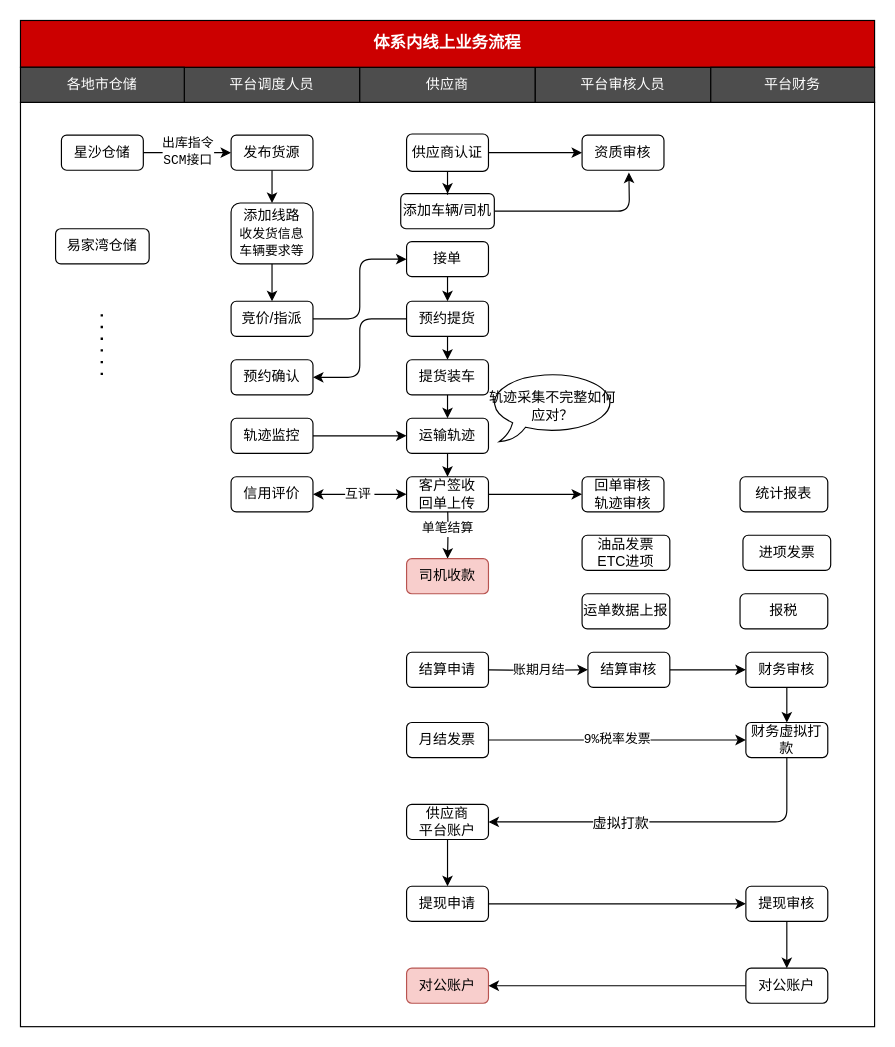
Above: 体系内线上流程.drawio in chenyibang/rdpwrap (draw.io), before the change. Source tidied: cells renumbered, new cells numbered last; positions are measured from the earlier drawing's top-left corner, leaving out a move shared by most shapes. Both pictures are drawn from the tidied source at 117%, with x=0, y=0 at pixel (20, 20).
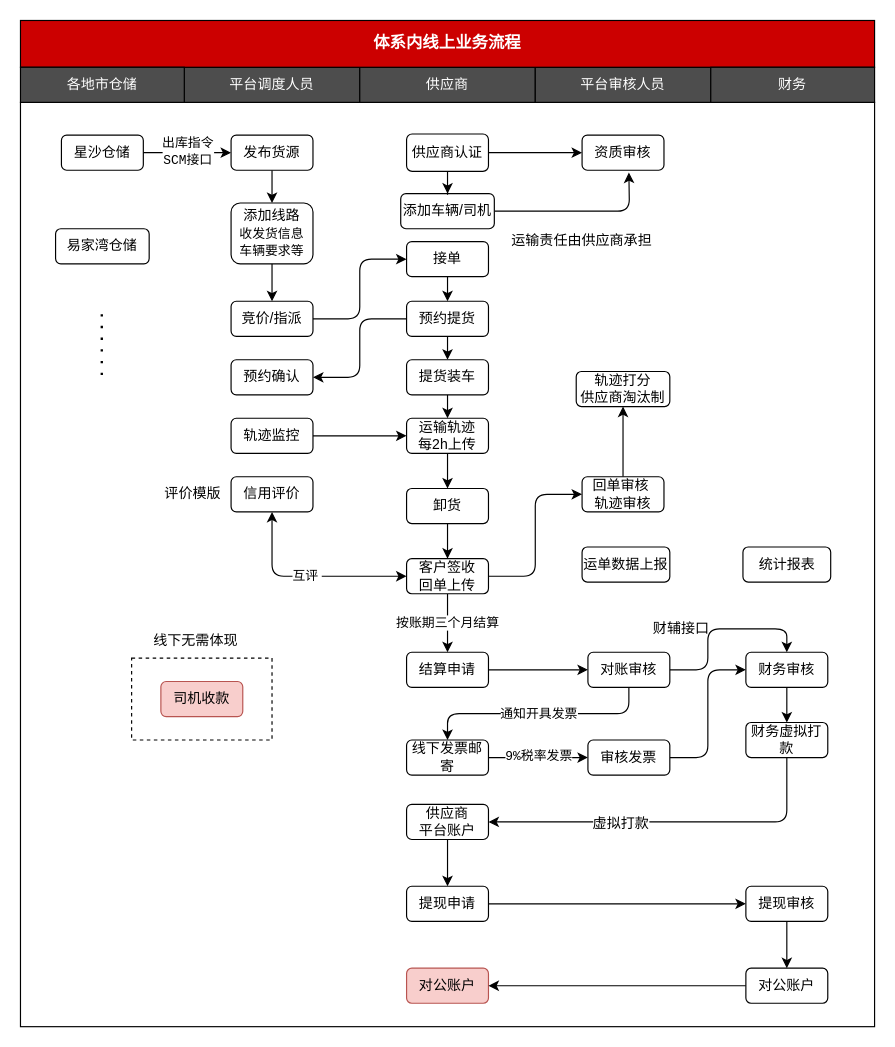
After the change.

Commit message:
更新体系内线上流程.drawio

Unchanged cells that the change refers to:
```xml
<mxCell id="24" value="信用评价" style="rounded=1;whiteSpace=wrap;html=1;" parent="1" vertex="1">
  <mxGeometry x="180" y="390" width="70" height="30" as="geometry" />
</mxCell>
<mxCell id="30" value="财务审核" style="rounded=1;whiteSpace=wrap;html=1;" parent="1" vertex="1">
  <mxGeometry x="620" y="540" width="70" height="30" as="geometry" />
</mxCell>
<mxCell id="40" value="财务虚拟打款" style="rounded=1;whiteSpace=wrap;html=1;" parent="1" vertex="1">
  <mxGeometry x="620" y="600" width="70" height="30" as="geometry" />
</mxCell>
<mxCell id="55" value="结算申请" style="rounded=1;whiteSpace=wrap;html=1;" parent="1" vertex="1">
  <mxGeometry x="330" y="540" width="70" height="30" as="geometry" />
</mxCell>
```

Change to the diagram source:
```diff
@@
-    <mxCell id="14" value="账期月结" style="edgeStyle=orthogonalEdgeStyle;rounded=1;jettySize=auto;html=1;strokeWidth=1;fontFamily=Courier New;fontColor=#000000;align=center;" parent="1" edge="1" target="26">
-      <mxGeometry relative="1" as="geometry">
-        <mxPoint x="400" y="555" as="sourcePoint" />
-      </mxGeometry>
-    </mxCell>
-    <mxCell id="15" value="单笔结算" style="edgeStyle=orthogonalEdgeStyle;rounded=1;jettySize=auto;html=1;strokeWidth=1;fontFamily=Courier New;fontColor=#000000;align=center;" parent="1" edge="1" target="16">
-      <mxGeometry relative="1" as="geometry">
-        <mxPoint x="365" y="410" as="sourcePoint" />
-      </mxGeometry>
-    </mxCell>
     <mxCell id="16" value="司机收款" style="rounded=1;whiteSpace=wrap;html=1;fillColor=#f8cecc;strokeColor=#b85450;" parent="1" vertex="1">
-      <mxGeometry x="330" y="460" width="70" height="30" as="geometry" />
+      <mxGeometry x="120" y="565" width="70" height="30" as="geometry" />
     </mxCell>
-    <mxCell id="17" value="平台财务" style="rounded=0;whiteSpace=wrap;html=1;fillColor=#4D4D4D;fontColor=#FFFFFF;" parent="1" vertex="1">
+    <mxCell id="17" value="财务" style="rounded=0;whiteSpace=wrap;html=1;fillColor=#4D4D4D;fontColor=#FFFFFF;" parent="1" vertex="1">
       <mxGeometry x="590" y="40" width="140" height="30" as="geometry" />
     </mxCell>
@@
-    <mxCell id="21" style="edgeStyle=orthogonalEdgeStyle;rounded=1;jettySize=auto;html=1;entryX=0;entryY=0.5;entryDx=0;entryDy=0;" parent="1" edge="1" source="23" target="54">
+    <mxCell id="21" style="edgeStyle=orthogonalEdgeStyle;rounded=1;jettySize=auto;html=1;entryX=0;entryY=0.5;entryDx=0;entryDy=0;" parent="1" edge="1" source="79" target="54">
       <mxGeometry relative="1" as="geometry" />
     </mxCell>
-    <mxCell id="22" value="互评&amp;nbsp;" style="edgeStyle=orthogonalEdgeStyle;rounded=1;jettySize=auto;html=1;startArrow=classic;startFill=1;" parent="1" edge="1" source="23" target="24">
+    <mxCell id="22" value="互评&amp;nbsp;" style="edgeStyle=orthogonalEdgeStyle;rounded=1;jettySize=auto;html=1;startArrow=classic;startFill=1;exitX=0;exitY=0.5;exitDx=0;exitDy=0;" parent="1" edge="1" source="79" target="24">
       <mxGeometry relative="1" as="geometry" />
     </mxCell>
+    <mxCell id="70" style="edgeStyle=orthogonalEdgeStyle;rounded=0;jettySize=auto;html=1;" parent="1" edge="1" source="23" target="79">
+      <mxGeometry relative="1" as="geometry" />
+    </mxCell>
-    <mxCell id="23" value="客户签收&lt;br&gt;回单上传" style="rounded=1;whiteSpace=wrap;html=1;" parent="1" vertex="1">
-      <mxGeometry x="330" y="390" width="70" height="30" as="geometry" />
+    <mxCell id="23" value="卸货" style="rounded=1;whiteSpace=wrap;html=1;" parent="1" vertex="1">
+      <mxGeometry x="330" y="400" width="70" height="30" as="geometry" />
     </mxCell>
@@
-    <mxCell id="25" style="edgeStyle=orthogonalEdgeStyle;rounded=1;jettySize=auto;html=1;entryX=0;entryY=0.5;entryDx=0;entryDy=0;strokeWidth=1;fontFamily=Courier New;fontColor=#000000;align=center;" parent="1" edge="1" source="26" target="30">
+    <mxCell id="25" style="edgeStyle=orthogonalEdgeStyle;rounded=1;jettySize=auto;html=1;entryX=0;entryY=0.5;entryDx=0;entryDy=0;strokeWidth=1;fontFamily=Courier New;fontColor=#000000;align=center;exitX=1;exitY=0.5;exitDx=0;exitDy=0;" parent="1" edge="1" source="83" target="30">
       <mxGeometry relative="1" as="geometry" />
     </mxCell>
+    <mxCell id="71" style="edgeStyle=orthogonalEdgeStyle;rounded=1;jettySize=auto;html=1;entryX=0.5;entryY=0;entryDx=0;entryDy=0;" parent="1" edge="1" source="26" target="30">
+      <mxGeometry relative="1" as="geometry" />
+    </mxCell>
-    <mxCell id="26" value="结算审核" style="rounded=1;whiteSpace=wrap;html=1;" parent="1" vertex="1">
+    <mxCell id="26" value="对账审核" style="rounded=1;whiteSpace=wrap;html=1;" parent="1" vertex="1">
       <mxGeometry x="485" y="540" width="70" height="30" as="geometry" />
     </mxCell>
@@
-    <mxCell id="36" value="9%税率发票" style="edgeStyle=orthogonalEdgeStyle;rounded=1;jettySize=auto;html=1;strokeWidth=1;fontFamily=Courier New;fontColor=#000000;align=center;" parent="1" edge="1" source="37" target="40">
+    <mxCell id="36" value="9%税率发票" style="edgeStyle=orthogonalEdgeStyle;rounded=1;jettySize=auto;html=1;strokeWidth=1;fontFamily=Courier New;fontColor=#000000;align=center;entryX=0;entryY=0.5;entryDx=0;entryDy=0;" parent="1" edge="1" source="37" target="83">
       <mxGeometry relative="1" as="geometry" />
     </mxCell>
-    <mxCell id="37" value="月结发票" style="rounded=1;whiteSpace=wrap;html=1;" parent="1" vertex="1">
-      <mxGeometry x="330" y="600" width="70" height="30" as="geometry" />
+    <mxCell id="37" value="线下发票邮寄" style="rounded=1;whiteSpace=wrap;html=1;" parent="1" vertex="1">
+      <mxGeometry x="330" y="615" width="70" height="30" as="geometry" />
     </mxCell>
@@
-    <mxCell id="41" value="油品发票&lt;br&gt;ETC进项" style="rounded=1;whiteSpace=wrap;html=1;" parent="1" vertex="1">
-      <mxGeometry x="480" y="440" width="75" height="30" as="geometry" />
-    </mxCell>
@@
+    <mxCell id="72" style="edgeStyle=orthogonalEdgeStyle;rounded=0;jettySize=auto;html=1;" parent="1" edge="1" source="54" target="73">
+      <mxGeometry relative="1" as="geometry" />
+    </mxCell>
-    <mxCell id="54" value="回单审核&lt;br&gt;轨迹审核" style="rounded=1;whiteSpace=wrap;html=1;" parent="1" vertex="1">
+    <mxCell id="54" value="回单审核&amp;nbsp;&lt;br&gt;轨迹审核" style="rounded=1;whiteSpace=wrap;html=1;" parent="1" vertex="1">
       <mxGeometry x="480" y="390" width="70" height="30" as="geometry" />
     </mxCell>
+    <mxCell id="73" value="轨迹打分&lt;br&gt;供应商淘汰制" style="rounded=1;whiteSpace=wrap;html=1;" parent="1" vertex="1">
+      <mxGeometry x="475" y="300" width="80" height="30" as="geometry" />
+    </mxCell>
+    <mxCell id="74" value="通知开具发票" style="edgeStyle=orthogonalEdgeStyle;rounded=1;jettySize=auto;html=1;entryX=0.5;entryY=0;entryDx=0;entryDy=0;exitX=0.5;exitY=1;exitDx=0;exitDy=0;" parent="1" edge="1" source="26" target="37">
+      <mxGeometry relative="1" as="geometry" />
+    </mxCell>
+    <mxCell id="75" style="edgeStyle=orthogonalEdgeStyle;rounded=0;jettySize=auto;html=1;entryX=0;entryY=0.5;entryDx=0;entryDy=0;" parent="1" edge="1" source="55" target="26">
+      <mxGeometry relative="1" as="geometry" />
+    </mxCell>
@@
     <mxCell id="58" value="运单数据上报" style="rounded=1;whiteSpace=wrap;html=1;" parent="1" vertex="1">
-      <mxGeometry x="480" y="490" width="75" height="30" as="geometry" />
+      <mxGeometry x="480" y="450" width="75" height="30" as="geometry" />
     </mxCell>
-    <mxCell id="59" value="进项发票" style="rounded=1;whiteSpace=wrap;html=1;" parent="1" vertex="1">
-      <mxGeometry x="617.5" y="440" width="75" height="30" as="geometry" />
-    </mxCell>
-    <mxCell id="60" value="报税" style="rounded=1;whiteSpace=wrap;html=1;" parent="1" vertex="1">
-      <mxGeometry x="615" y="490" width="75" height="30" as="geometry" />
-    </mxCell>
     <mxCell id="61" value="统计报表" style="rounded=1;whiteSpace=wrap;html=1;" parent="1" vertex="1">
-      <mxGeometry x="615" y="390" width="75" height="30" as="geometry" />
+      <mxGeometry x="617.5" y="450" width="75" height="30" as="geometry" />
     </mxCell>
@@
-    <mxCell id="63" value="运输轨迹" style="rounded=1;whiteSpace=wrap;html=1;" parent="1" vertex="1">
+    <mxCell id="63" value="运输轨迹&lt;br&gt;每2h上传" style="rounded=1;whiteSpace=wrap;html=1;" parent="1" vertex="1">
       <mxGeometry x="330" y="340" width="70" height="30" as="geometry" />
     </mxCell>
@@
-    <mxCell id="69" value="&lt;span style=&quot;white-space: normal&quot;&gt;轨迹采集不完整如何应对？&lt;/span&gt;" style="whiteSpace=wrap;html=1;shape=mxgraph.basic.oval_callout;fillColor=none;" parent="1" vertex="1">
-      <mxGeometry x="400" y="300" width="110" height="60" as="geometry" />
-    </mxCell>
+    <mxCell id="76" style="rounded=0;whiteSpace=wrap;html=1;fillColor=none;dashed=1;" parent="1" vertex="1">
+      <mxGeometry x="95" y="545" width="120" height="70" as="geometry" />
+    </mxCell>
+    <mxCell id="77" value="线下无需体现" style="text;html=1;strokeColor=none;fillColor=none;align=center;verticalAlign=middle;whiteSpace=wrap;rounded=0;dashed=1;" parent="1" vertex="1">
+      <mxGeometry x="105" y="520" width="90" height="20" as="geometry" />
+    </mxCell>
+    <mxCell id="78" value="按账期三个月结算" style="edgeStyle=orthogonalEdgeStyle;rounded=0;jettySize=auto;html=1;entryX=0.5;entryY=0;entryDx=0;entryDy=0;" parent="1" edge="1" source="79" target="55">
+      <mxGeometry relative="1" as="geometry" />
+    </mxCell>
+    <mxCell id="79" value="客户签收&lt;br&gt;回单上传" style="rounded=1;whiteSpace=wrap;html=1;" parent="1" vertex="1">
+      <mxGeometry x="330" y="460" width="70" height="30" as="geometry" />
+    </mxCell>
+    <mxCell id="80" style="edgeStyle=orthogonalEdgeStyle;rounded=0;orthogonalLoop=1;jettySize=auto;html=1;exitX=0.5;exitY=1;exitDx=0;exitDy=0;" parent="1" edge="1" source="79" target="79">
+      <mxGeometry relative="1" as="geometry" />
+    </mxCell>
+    <mxCell id="81" value="运输责任由供应商承担" style="text;html=1;strokeColor=none;fillColor=none;align=center;verticalAlign=middle;whiteSpace=wrap;rounded=0;dashed=1;" parent="1" vertex="1">
+      <mxGeometry x="410" y="178" width="140" height="20" as="geometry" />
+    </mxCell>
+    <mxCell id="82" value="财辅接口" style="text;html=1;strokeColor=none;fillColor=none;align=center;verticalAlign=middle;whiteSpace=wrap;rounded=0;dashed=1;" parent="1" vertex="1">
+      <mxGeometry x="520" y="510" width="90" height="20" as="geometry" />
+    </mxCell>
+    <mxCell id="83" value="审核发票" style="rounded=1;whiteSpace=wrap;html=1;" parent="1" vertex="1">
+      <mxGeometry x="485" y="615" width="70" height="30" as="geometry" />
+    </mxCell>
+    <mxCell id="84" value="评价模版" style="text;html=1;strokeColor=none;fillColor=none;align=center;verticalAlign=middle;whiteSpace=wrap;rounded=0;dashed=1;" parent="1" vertex="1">
+      <mxGeometry x="115" y="395" width="65" height="20" as="geometry" />
+    </mxCell>
```
